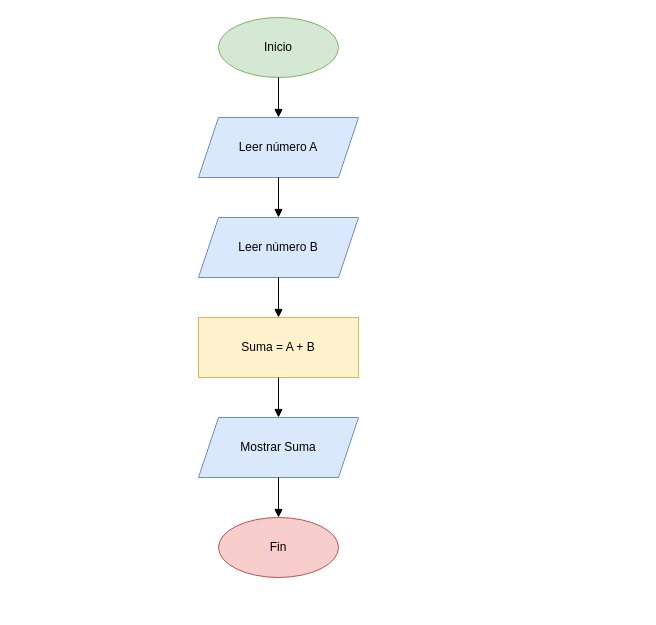
The draw.io diagram suma-dos-numeros.drawio in jnievess-lang/diagdrawio, before the edit. Source tidied: cells renumbered, new cells numbered last; positions are measured from the earlier drawing's top-left corner, leaving out a move shared by most shapes. Both pictures are drawn from the tidied source at 100%, with x=0, y=0 at pixel (198, 17).
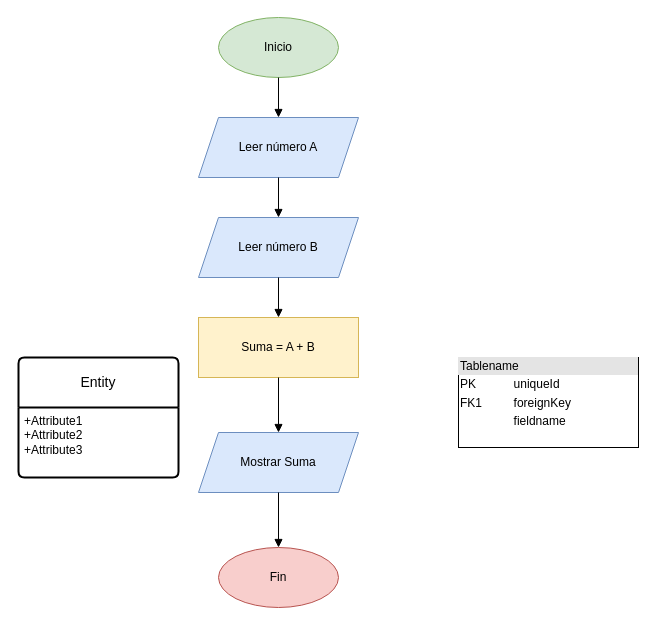
After the change.

The edit, as a diff of the source:
```diff
@@
 <mxGraphModel>
   <root>
     <mxCell id="0" />
     <mxCell id="1" parent="0" />
     <mxCell id="2" value="Inicio" style="ellipse;whiteSpace=wrap;html=1;fillColor=#d5e8d4;strokeColor=#82b366;" parent="1" vertex="1">
       <mxGeometry x="20" width="120" height="60" as="geometry" />
     </mxCell>
     <mxCell id="3" value="Leer número A" style="shape=parallelogram;perimeter=parallelogramPerimeter;whiteSpace=wrap;html=1;fixedSize=1;fillColor=#dae8fc;strokeColor=#6c8ebf;" parent="1" vertex="1">
       <mxGeometry y="100" width="160" height="60" as="geometry" />
     </mxCell>
     <mxCell id="4" value="Leer número B" style="shape=parallelogram;perimeter=parallelogramPerimeter;whiteSpace=wrap;html=1;fixedSize=1;fillColor=#dae8fc;strokeColor=#6c8ebf;" parent="1" vertex="1">
       <mxGeometry y="200" width="160" height="60" as="geometry" />
     </mxCell>
     <mxCell id="5" value="Suma = A + B" style="rounded=0;whiteSpace=wrap;html=1;fillColor=#fff2cc;strokeColor=#d6b656;" parent="1" vertex="1">
       <mxGeometry y="300" width="160" height="60" as="geometry" />
     </mxCell>
     <mxCell id="6" value="Mostrar Suma" style="shape=parallelogram;perimeter=parallelogramPerimeter;whiteSpace=wrap;html=1;fixedSize=1;fillColor=#dae8fc;strokeColor=#6c8ebf;" parent="1" vertex="1">
-      <mxGeometry y="400" width="160" height="60" as="geometry" />
+      <mxGeometry y="415" width="160" height="60" as="geometry" />
     </mxCell>
     <mxCell id="7" value="Fin" style="ellipse;whiteSpace=wrap;html=1;fillColor=#f8cecc;strokeColor=#b85450;" parent="1" vertex="1">
-      <mxGeometry x="20" y="500" width="120" height="60" as="geometry" />
+      <mxGeometry x="20" y="530" width="120" height="60" as="geometry" />
     </mxCell>
     <mxCell id="8" style="edgeStyle=orthogonalEdgeStyle;rounded=0;html=1;endArrow=block;" parent="1" edge="1" source="2" target="3">
       <mxGeometry relative="1" as="geometry" />
     </mxCell>
     <mxCell id="9" style="edgeStyle=orthogonalEdgeStyle;rounded=0;html=1;endArrow=block;" parent="1" edge="1" source="3" target="4">
       <mxGeometry relative="1" as="geometry" />
     </mxCell>
     <mxCell id="10" style="edgeStyle=orthogonalEdgeStyle;rounded=0;html=1;endArrow=block;" parent="1" edge="1" source="4" target="5">
       <mxGeometry relative="1" as="geometry" />
     </mxCell>
     <mxCell id="11" style="edgeStyle=orthogonalEdgeStyle;rounded=0;html=1;endArrow=block;" parent="1" edge="1" source="5" target="6">
       <mxGeometry relative="1" as="geometry" />
     </mxCell>
     <mxCell id="12" style="edgeStyle=orthogonalEdgeStyle;rounded=0;html=1;endArrow=block;" parent="1" edge="1" source="6" target="7">
       <mxGeometry relative="1" as="geometry" />
     </mxCell>
+    <mxCell id="13" value="Entity" style="swimlane;horizontal=1;startSize=50;rounded=1;fontSize=14;fontStyle=0;strokeWidth=2;shadow=0;dashed=0;align=center;arcSize=4;whiteSpace=wrap;html=1;" parent="1" vertex="1">
+      <mxGeometry x="-180" y="340" width="160" height="120" as="geometry" />
+    </mxCell>
+    <mxCell id="14" value="+Attribute1&#10;+Attribute2&#10;+Attribute3" style="align=left;strokeColor=none;fillColor=none;spacingLeft=4;spacingRight=4;fontSize=12;verticalAlign=top;html=1;whiteSpace=wrap;" parent="13" vertex="1">
+      <mxGeometry y="50" width="160" height="70" as="geometry" />
+    </mxCell>
+    <mxCell id="15" value="&lt;div style=&quot;box-sizing:border-box;width:100%;background:#e4e4e4;padding:2px;&quot;&gt;Tablename&lt;/div&gt;&lt;table style=&quot;width:100%;font-size:1em;&quot; cellpadding=&quot;2&quot; cellspacing=&quot;0&quot;&gt;&lt;tr&gt;&lt;td&gt;PK&lt;/td&gt;&lt;td&gt;uniqueId&lt;/td&gt;&lt;/tr&gt;&lt;tr&gt;&lt;td&gt;FK1&lt;/td&gt;&lt;td&gt;foreignKey&lt;/td&gt;&lt;/tr&gt;&lt;tr&gt;&lt;td&gt;&lt;/td&gt;&lt;td&gt;fieldname&lt;/td&gt;&lt;/tr&gt;&lt;/table&gt;" style="verticalAlign=top;align=left;overflow=fill;html=1;whiteSpace=wrap;rounded=0;multiple=0;" parent="1" vertex="1">
+      <mxGeometry x="260" y="340" width="180" height="90" as="geometry" />
+    </mxCell>
   </root>
 </mxGraphModel>
```
